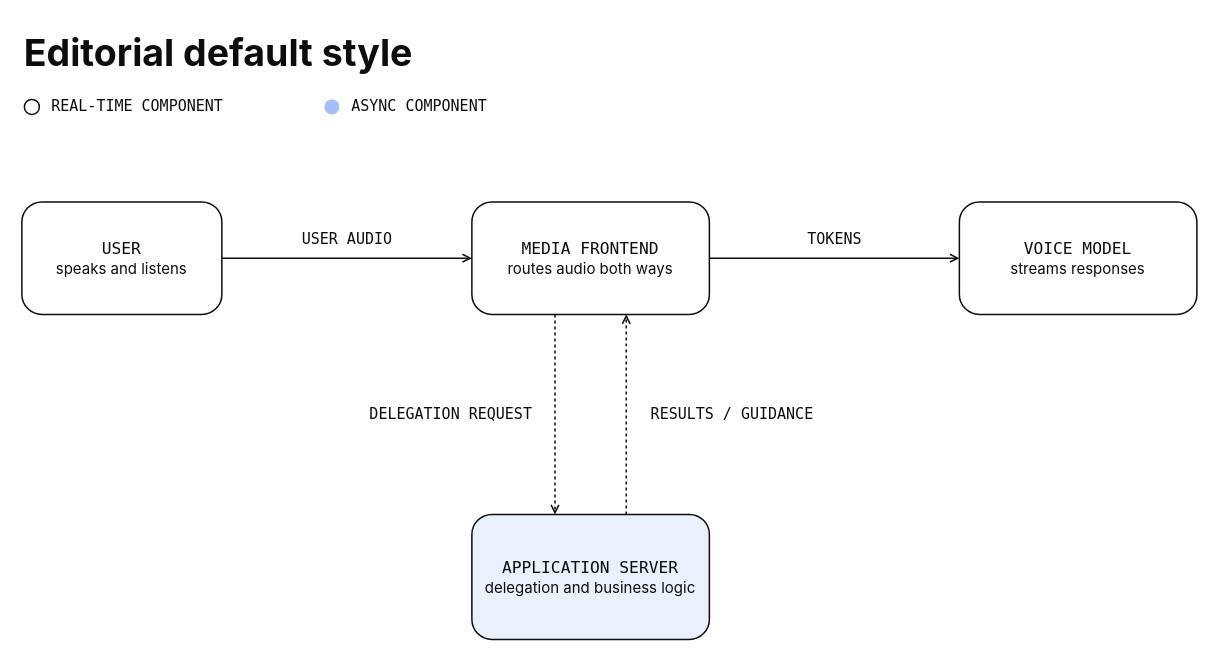
Before: skills/drawio-diagram/assets/editorial-default-template.drawio in gigio1023/drawio-agent-skill, a draw.io diagram. Source tidied: cells renumbered, new cells numbered last; positions are measured from the earlier drawing's top-left corner, leaving out a move shared by most shapes. Both pictures are drawn from the tidied source at 125%, with x=0, y=0 at pixel (21, 21).
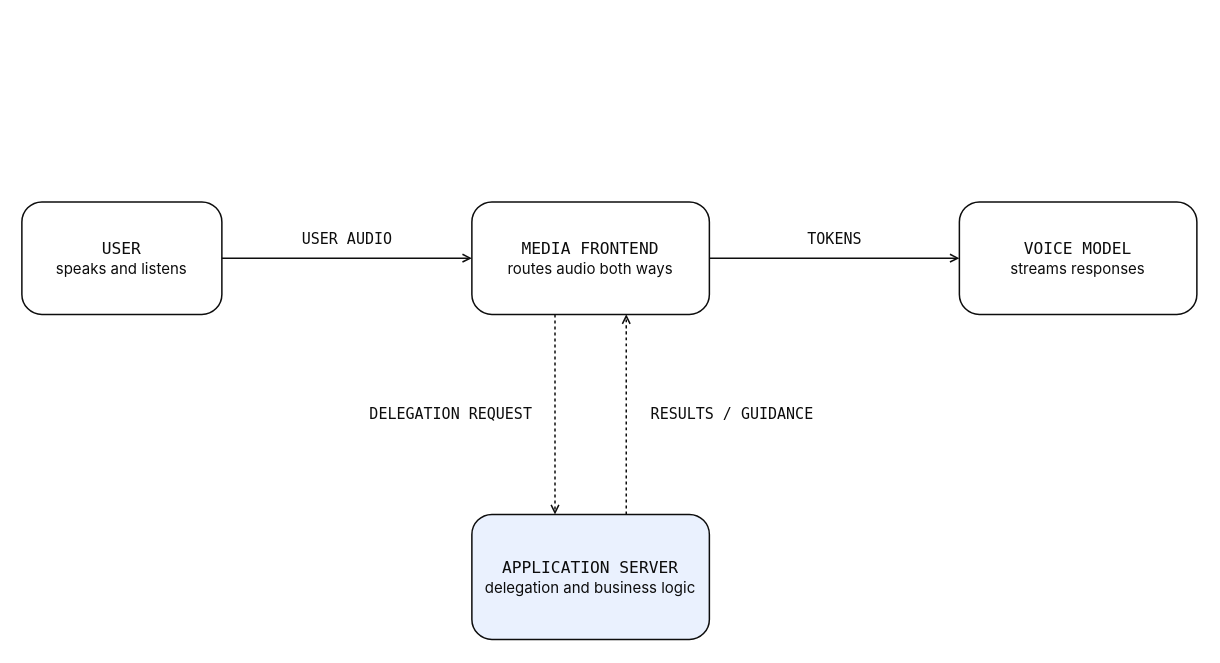
Above is the later version.

What changed in the source:
```diff
@@
 <mxGraphModel>
   <root>
     <mxCell id="0" />
     <mxCell id="1" parent="0" />
-    <mxCell id="2" value="Editorial default style" style="text;html=1;strokeColor=none;fillColor=none;align=left;verticalAlign=top;fontFamily=Inter, Helvetica Neue, Helvetica, sans-serif;fontSize=30;fontStyle=1;fontColor=#0D0D0D;" parent="1" vertex="1">
-      <mxGeometry width="700" height="44" as="geometry" />
-    </mxCell>
-    <mxCell id="3" style="ellipse;html=1;fillColor=#FFFFFF;strokeColor=#0D0D0D;strokeWidth=1.2;" parent="1" vertex="1">
-      <mxGeometry x="2" y="62" width="12" height="12" as="geometry" />
-    </mxCell>
-    <mxCell id="4" value="REAL-TIME COMPONENT" style="text;html=1;strokeColor=none;fillColor=none;align=left;verticalAlign=middle;fontFamily=IBM Plex Mono, Menlo, monospace;fontSize=12;fontColor=#0D0D0D;" parent="1" vertex="1">
-      <mxGeometry x="22" y="56" width="200" height="24" as="geometry" />
-    </mxCell>
-    <mxCell id="5" style="ellipse;html=1;fillColor=#A3BEFA;strokeColor=none;" parent="1" vertex="1">
-      <mxGeometry x="242" y="62" width="12" height="12" as="geometry" />
-    </mxCell>
-    <mxCell id="6" value="ASYNC COMPONENT" style="text;html=1;strokeColor=none;fillColor=none;align=left;verticalAlign=middle;fontFamily=IBM Plex Mono, Menlo, monospace;fontSize=12;fontColor=#0D0D0D;" parent="1" vertex="1">
-      <mxGeometry x="262" y="56" width="180" height="24" as="geometry" />
-    </mxCell>
     <mxCell id="7" value="USER&lt;br&gt;&lt;font face=&quot;Inter, Helvetica Neue, Helvetica, sans-serif&quot; style=&quot;font-size:12px&quot;&gt;speaks and listens&lt;/font&gt;" style="rounded=1;absoluteArcSize=1;arcSize=32;whiteSpace=wrap;html=1;fillColor=#FFFFFF;strokeColor=#0D0D0D;strokeWidth=1.2;fontColor=#0D0D0D;fontFamily=IBM Plex Mono, Menlo, monospace;fontSize=13;align=center;spacing=10;shadow=0;" parent="1" vertex="1">
       <mxGeometry y="144" width="160" height="90" as="geometry" />
     </mxCell>
     <mxCell id="8" value="MEDIA FRONTEND&lt;br&gt;&lt;font face=&quot;Inter, Helvetica Neue, Helvetica, sans-serif&quot; style=&quot;font-size:12px&quot;&gt;routes audio both ways&lt;/font&gt;" style="rounded=1;absoluteArcSize=1;arcSize=32;whiteSpace=wrap;html=1;fillColor=#FFFFFF;strokeColor=#0D0D0D;strokeWidth=1.2;fontColor=#0D0D0D;fontFamily=IBM Plex Mono, Menlo, monospace;fontSize=13;align=center;spacing=10;shadow=0;" parent="1" vertex="1">
       <mxGeometry x="360" y="144" width="190" height="90" as="geometry" />
     </mxCell>
     <mxCell id="9" value="VOICE MODEL&lt;br&gt;&lt;font face=&quot;Inter, Helvetica Neue, Helvetica, sans-serif&quot; style=&quot;font-size:12px&quot;&gt;streams responses&lt;/font&gt;" style="rounded=1;absoluteArcSize=1;arcSize=32;whiteSpace=wrap;html=1;fillColor=#FFFFFF;strokeColor=#0D0D0D;strokeWidth=1.2;fontColor=#0D0D0D;fontFamily=IBM Plex Mono, Menlo, monospace;fontSize=13;align=center;spacing=10;shadow=0;" parent="1" vertex="1">
       <mxGeometry x="750" y="144" width="190" height="90" as="geometry" />
     </mxCell>
     <mxCell id="10" value="APPLICATION SERVER&lt;br&gt;&lt;font face=&quot;Inter, Helvetica Neue, Helvetica, sans-serif&quot; style=&quot;font-size:12px&quot;&gt;delegation and business logic&lt;/font&gt;" style="rounded=1;absoluteArcSize=1;arcSize=32;whiteSpace=wrap;html=1;fillColor=#EAF1FE;strokeColor=#0D0D0D;strokeWidth=1.2;fontColor=#0D0D0D;fontFamily=IBM Plex Mono, Menlo, monospace;fontSize=13;align=center;spacing=10;shadow=0;" parent="1" vertex="1">
       <mxGeometry x="360" y="394" width="190" height="100" as="geometry" />
     </mxCell>
     <mxCell id="11" value="USER AUDIO" style="edgeStyle=orthogonalEdgeStyle;rounded=1;html=1;strokeColor=#0D0D0D;strokeWidth=1.2;endArrow=open;endFill=0;endSize=5;startArrow=none;exitX=1;exitY=0.5;entryX=0;entryY=0.5;fontFamily=IBM Plex Mono, Menlo, monospace;fontSize=12;fontColor=#0D0D0D;labelBackgroundColor=#FFFFFF;verticalAlign=bottom;" parent="1" edge="1" source="7" target="8">
       <mxGeometry relative="1" as="geometry">
         <mxPoint y="-6" as="offset" />
       </mxGeometry>
     </mxCell>
     <mxCell id="12" value="TOKENS" style="edgeStyle=orthogonalEdgeStyle;rounded=1;html=1;strokeColor=#0D0D0D;strokeWidth=1.2;endArrow=open;endFill=0;endSize=5;startArrow=none;exitX=1;exitY=0.5;entryX=0;entryY=0.5;fontFamily=IBM Plex Mono, Menlo, monospace;fontSize=12;fontColor=#0D0D0D;labelBackgroundColor=#FFFFFF;verticalAlign=bottom;" parent="1" edge="1" source="8" target="9">
       <mxGeometry relative="1" as="geometry">
         <mxPoint y="-6" as="offset" />
       </mxGeometry>
     </mxCell>
     <mxCell id="13" value="DELEGATION REQUEST" style="edgeStyle=orthogonalEdgeStyle;rounded=1;html=1;strokeColor=#0D0D0D;strokeWidth=1.2;endArrow=open;endFill=0;endSize=5;startArrow=none;dashed=1;dashPattern=2 2;exitX=0.35;exitY=1;entryX=0.35;entryY=0;fontFamily=IBM Plex Mono, Menlo, monospace;fontSize=12;fontColor=#0D0D0D;labelBackgroundColor=#FFFFFF;" parent="1" edge="1" source="8" target="10">
       <mxGeometry relative="1" as="geometry">
         <mxPoint x="-84" as="offset" />
       </mxGeometry>
     </mxCell>
     <mxCell id="14" value="RESULTS / GUIDANCE" style="edgeStyle=orthogonalEdgeStyle;rounded=1;html=1;strokeColor=#0D0D0D;strokeWidth=1.2;endArrow=open;endFill=0;endSize=5;startArrow=none;dashed=1;dashPattern=2 2;exitX=0.65;exitY=0;entryX=0.65;entryY=1;fontFamily=IBM Plex Mono, Menlo, monospace;fontSize=12;fontColor=#0D0D0D;labelBackgroundColor=#FFFFFF;" parent="1" edge="1" source="10" target="8">
       <mxGeometry relative="1" as="geometry">
         <mxPoint x="84" as="offset" />
       </mxGeometry>
     </mxCell>
   </root>
 </mxGraphModel>
```
